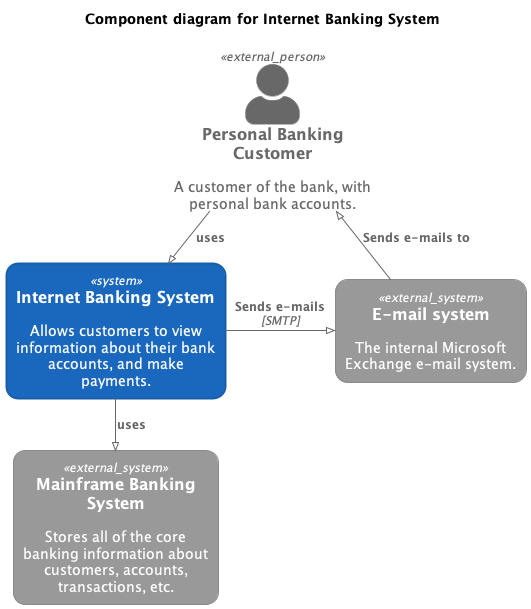
8T4/c4sharp keeps this PlantUML diagram as docs/images/component-diagram-for-internet-banking-system-c4component.png. Above is the earlier version.
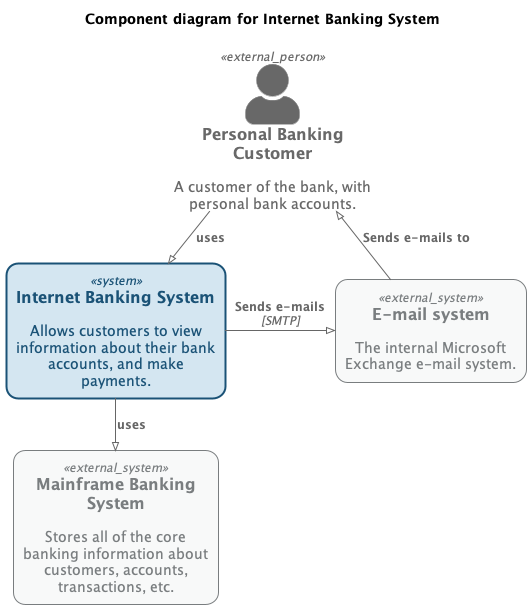
The same diagram one commit later.

What changed in the source:
```diff
@@ -2,16 +2,16 @@
 !pragma layout smetana
 !include ../.c4s/C4_Component.puml
 
-UpdateElementStyle("system", $bgColor=#1a67be,$fontColor=#FFFFFF,$borderColor=#175eaa,$shadowing="false",$shape=RoundedBoxShape(),$borderStyle=SolidLine(),$borderThickness=2)
-UpdateElementStyle("external_system", $bgColor=#999999,$fontColor=#FFFFFF,$borderColor=#8a8a8a,$shadowing="false",$shape=RoundedBoxShape(),$borderStyle=SolidLine(),$borderThickness=1)
-UpdateElementStyle("person", $bgColor=#0d437b,$fontColor=#FFFFFF,$borderColor=#0d437b,$shadowing="false",$shape=RoundedBoxShape(),$borderStyle=SolidLine(),$borderThickness=2)
-UpdateElementStyle("component", $bgColor=#85bbf0,$fontColor=#000000,$borderColor=#78a8d9,$shadowing="false",$shape=RoundedBoxShape(),$borderStyle=SolidLine(),$borderThickness=2)
-UpdateElementStyle("external_component", $bgColor=#999999,$fontColor=#FFFFFF,$borderColor=#8a8a8a,$shadowing="false",$shape=RoundedBoxShape(),$borderStyle=SolidLine(),$borderThickness=1)
-UpdateElementStyle("container", $bgColor=#438dd4,$fontColor=#FFFFFF,$borderColor=#3e82c5,$shadowing="false",$shape=RoundedBoxShape(),$borderStyle=SolidLine(),$borderThickness=2)
-UpdateElementStyle("external_container", $bgColor=#999999,$fontColor=#FFFFFF,$borderColor=#8a8a8a,$shadowing="false",$shape=RoundedBoxShape(),$borderStyle=SolidLine(),$borderThickness=1)
-UpdateBoundaryStyle($elementName=system,$bgColor=#FFFFFF,$fontColor=#000000,$borderColor=#000000,$shadowing="false",$shape=RoundedBoxShape())
-UpdateBoundaryStyle($elementName=container,$bgColor=#FFFFFF,$fontColor=#000000,$borderColor=#000000,$shadowing="false",$shape=RoundedBoxShape())
-UpdateBoundaryStyle($elementName=enterprise,$bgColor=#FFFFFF,$fontColor=#000000,$borderColor=#000000,$shadowing="false",$shape=RoundedBoxShape())
+UpdateElementStyle("system", $bgColor=#D4E6F1,$fontColor=#1A5276,$borderColor=#1A5276,$shadowing="false",$shape=RoundedBoxShape(),$borderStyle=SolidLine(),$borderThickness=2)
+UpdateElementStyle("external_system", $bgColor=#F8F9F9,$fontColor=#797D7F,$borderColor=#797D7F,$shadowing="false",$shape=RoundedBoxShape(),$borderStyle=SolidLine(),$borderThickness=1)
+UpdateElementStyle("person", $bgColor=#797D7F,$fontColor=#797D7F,$borderColor=#797D7F,$shadowing="false",$shape=RoundedBoxShape(),$borderStyle=SolidLine(),$borderThickness=2)
+UpdateElementStyle("component", $bgColor=#FAE5D3,$fontColor=#CA6F1E,$borderColor=#CA6F1E,$shadowing="false",$shape=RoundedBoxShape(),$borderStyle=SolidLine(),$borderThickness=2)
+UpdateElementStyle("external_component", $bgColor=#F8F9F9,$fontColor=#797D7F,$borderColor=#797D7F,$shadowing="false",$shape=RoundedBoxShape(),$borderStyle=SolidLine(),$borderThickness=1)
+UpdateElementStyle("container", $bgColor=#EAF2F8,$fontColor=#2E86C1,$borderColor=#2E86C1,$shadowing="false",$shape=RoundedBoxShape(),$borderStyle=SolidLine(),$borderThickness=2)
+UpdateElementStyle("external_container", $bgColor=#F8F9F9,$fontColor=#797D7F,$borderColor=#797D7F,$shadowing="false",$shape=RoundedBoxShape(),$borderStyle=SolidLine(),$borderThickness=1)
+UpdateBoundaryStyle($elementName=system,$bgColor=#F8F9F9,$fontColor=#797D7F,$borderColor=#797D7F,$shadowing="false",$shape=RoundedBoxShape())
+UpdateBoundaryStyle($elementName=container,$bgColor=#F8F9F9,$fontColor=#797D7F,$borderColor=#797D7F,$shadowing="false",$shape=RoundedBoxShape())
+UpdateBoundaryStyle($elementName=enterprise,$bgColor=#F8F9F9,$fontColor=#797D7F,$borderColor=#797D7F,$shadowing="false",$shape=RoundedBoxShape())
 SHOW_PERSON_PORTRAIT()
 LAYOUT_TOP_DOWN()
 
```
